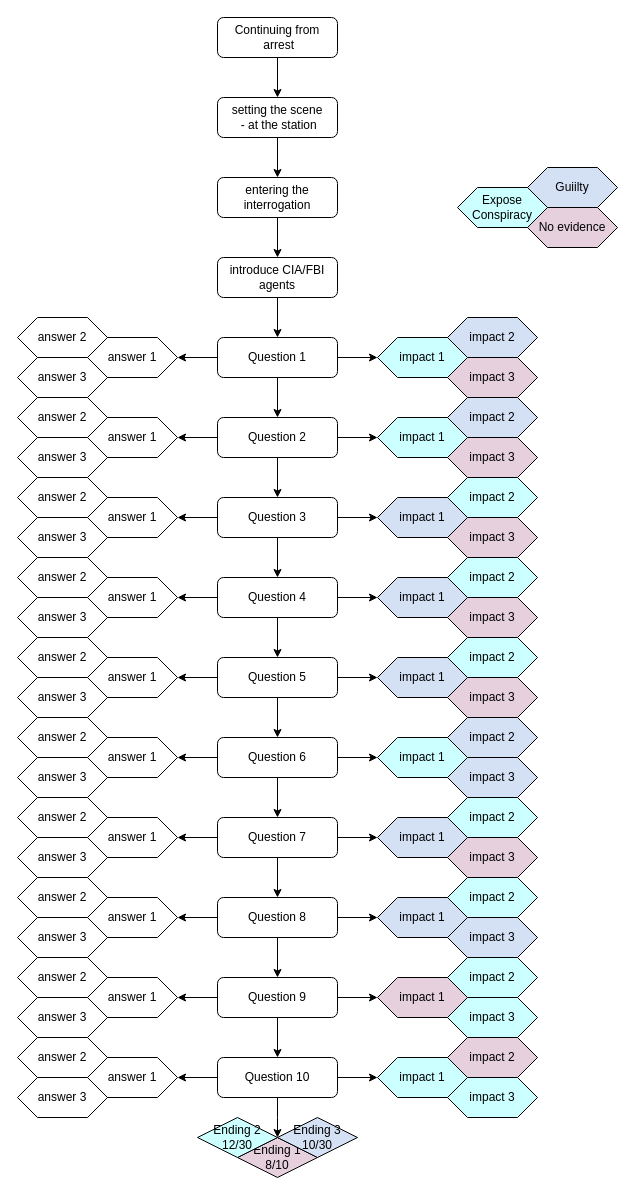
bottack/CN-text-game keeps this draw.io diagram as interrogation.drawio. Above is the earlier version. Source tidied: cells renumbered, new cells numbered last; positions are measured from the earlier drawing's top-left corner, leaving out a move shared by most shapes. Both pictures are drawn from the tidied source at 100%, with x=0, y=0 at pixel (17, 17).
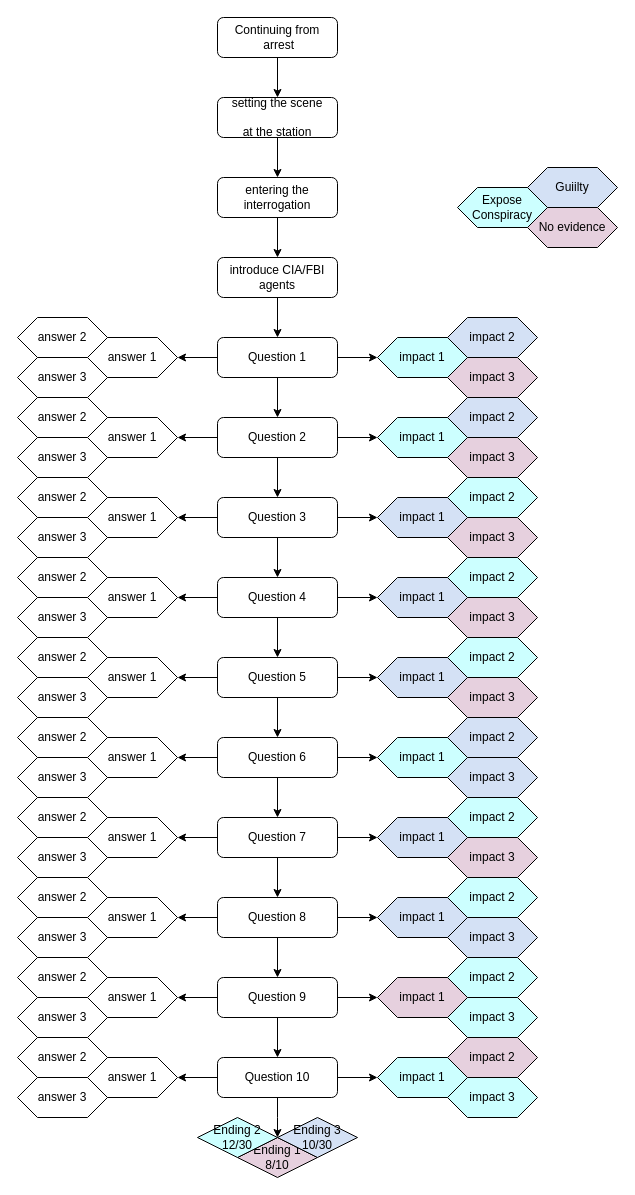
The same diagram, later.

Change to the diagram source:
```diff
@@
-    <mxCell id="5" value="setting the scene&lt;br&gt;&amp;nbsp;- at the station" style="rounded=1;whiteSpace=wrap;html=1;" parent="1" vertex="1">
+    <mxCell id="5" value="setting the scene&lt;br&gt;&amp;nbsp;&lt;br&gt;at the station" style="rounded=1;whiteSpace=wrap;html=1;" parent="1" vertex="1">
       <mxGeometry x="200" y="80" width="120" height="40" as="geometry" />
     </mxCell>
```
